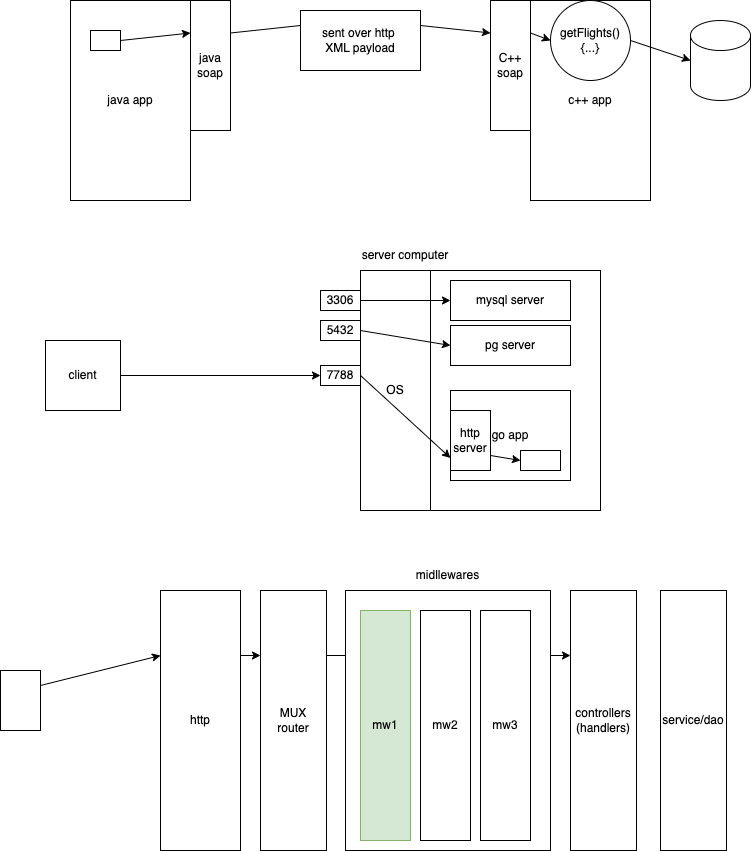
Earlier version of the draw.io export golang/day6/concept.dio.png (vinod-kayartaya/REDBUS-FEB-2024). Source tidied: cells renumbered, new cells last; positions are measured from the earlier drawing's top-left corner, leaving out a move shared by most shapes. The source it was exported from:
```xml
<mxGraphModel>
  <root>
    <mxCell id="0" />
    <mxCell id="1" parent="0" />
    <mxCell id="2" value="java app" style="rounded=0;whiteSpace=wrap;html=1;" parent="1" vertex="1">
      <mxGeometry x="70" width="120" height="200" as="geometry" />
    </mxCell>
    <mxCell id="3" value="c++ app" style="rounded=0;whiteSpace=wrap;html=1;" parent="1" vertex="1">
      <mxGeometry x="530" width="120" height="200" as="geometry" />
    </mxCell>
    <mxCell id="4" style="edgeStyle=none;html=1;exitX=1;exitY=0.5;exitDx=0;exitDy=0;entryX=0;entryY=0.5;entryDx=0;entryDy=0;entryPerimeter=0;" parent="1" edge="1" source="5" target="6">
      <mxGeometry relative="1" as="geometry" />
    </mxCell>
    <mxCell id="5" value="getFlights()&lt;br&gt;{...}" style="ellipse;whiteSpace=wrap;html=1;" parent="1" vertex="1">
      <mxGeometry x="550" width="80" height="80" as="geometry" />
    </mxCell>
    <mxCell id="6" style="shape=cylinder3;whiteSpace=wrap;html=1;boundedLbl=1;backgroundOutline=1;size=15;" parent="1" vertex="1">
      <mxGeometry x="690" y="20" width="60" height="80" as="geometry" />
    </mxCell>
    <mxCell id="7" style="edgeStyle=none;html=1;exitX=1;exitY=0.25;exitDx=0;exitDy=0;entryX=0;entryY=0.25;entryDx=0;entryDy=0;startArrow=none;" parent="1" edge="1" source="14" target="10">
      <mxGeometry relative="1" as="geometry" />
    </mxCell>
    <mxCell id="8" value="java&lt;br&gt;soap" style="rounded=0;whiteSpace=wrap;html=1;" parent="1" vertex="1">
      <mxGeometry x="190" width="40" height="130" as="geometry" />
    </mxCell>
    <mxCell id="9" style="edgeStyle=none;html=1;exitX=1;exitY=0.25;exitDx=0;exitDy=0;entryX=0;entryY=0.5;entryDx=0;entryDy=0;" parent="1" edge="1" source="10" target="5">
      <mxGeometry relative="1" as="geometry" />
    </mxCell>
    <mxCell id="10" value="C++&lt;br&gt;soap" style="rounded=0;whiteSpace=wrap;html=1;" parent="1" vertex="1">
      <mxGeometry x="490" width="40" height="130" as="geometry" />
    </mxCell>
    <mxCell id="11" style="edgeStyle=none;html=1;exitX=1;exitY=0.5;exitDx=0;exitDy=0;entryX=0;entryY=0.25;entryDx=0;entryDy=0;" parent="1" edge="1" source="12" target="8">
      <mxGeometry relative="1" as="geometry" />
    </mxCell>
    <mxCell id="12" style="rounded=0;whiteSpace=wrap;html=1;" parent="1" vertex="1">
      <mxGeometry x="90" y="30" width="30" height="20" as="geometry" />
    </mxCell>
    <mxCell id="13" style="edgeStyle=none;html=1;exitX=1;exitY=0.25;exitDx=0;exitDy=0;entryX=0;entryY=0.25;entryDx=0;entryDy=0;endArrow=none;" parent="1" edge="1" source="8" target="14">
      <mxGeometry relative="1" as="geometry" />
    </mxCell>
    <mxCell id="14" value="sent over http&amp;nbsp;&lt;br&gt;XML payload" style="rounded=0;whiteSpace=wrap;html=1;" parent="1" vertex="1">
      <mxGeometry x="300" y="10" width="120" height="60" as="geometry" />
    </mxCell>
    <mxCell id="15" style="edgeStyle=none;html=1;exitX=1;exitY=0.5;exitDx=0;exitDy=0;entryX=0;entryY=0.5;entryDx=0;entryDy=0;" parent="1" edge="1" source="16" target="25">
      <mxGeometry relative="1" as="geometry" />
    </mxCell>
    <mxCell id="16" value="client" style="rounded=0;whiteSpace=wrap;html=1;" parent="1" vertex="1">
      <mxGeometry x="45" y="340" width="75" height="70" as="geometry" />
    </mxCell>
    <mxCell id="17" style="rounded=0;whiteSpace=wrap;html=1;" parent="1" vertex="1">
      <mxGeometry x="360" y="270" width="240" height="240" as="geometry" />
    </mxCell>
    <mxCell id="18" value="server computer" style="text;html=1;strokeColor=none;fillColor=none;align=center;verticalAlign=middle;whiteSpace=wrap;rounded=0;" parent="1" vertex="1">
      <mxGeometry x="360" y="240" width="90" height="30" as="geometry" />
    </mxCell>
    <mxCell id="19" value="OS" style="rounded=0;whiteSpace=wrap;html=1;" parent="1" vertex="1">
      <mxGeometry x="360" y="270" width="70" height="240" as="geometry" />
    </mxCell>
    <mxCell id="20" style="edgeStyle=none;html=1;exitX=1;exitY=0.5;exitDx=0;exitDy=0;entryX=0;entryY=0.5;entryDx=0;entryDy=0;" parent="1" edge="1" source="21" target="27">
      <mxGeometry relative="1" as="geometry" />
    </mxCell>
    <mxCell id="21" value="3306" style="rounded=0;whiteSpace=wrap;html=1;" parent="1" vertex="1">
      <mxGeometry x="320" y="290" width="40" height="20" as="geometry" />
    </mxCell>
    <mxCell id="22" style="edgeStyle=none;html=1;exitX=1;exitY=0.5;exitDx=0;exitDy=0;entryX=0;entryY=0.5;entryDx=0;entryDy=0;" parent="1" edge="1" source="23" target="28">
      <mxGeometry relative="1" as="geometry" />
    </mxCell>
    <mxCell id="23" value="5432" style="rounded=0;whiteSpace=wrap;html=1;" parent="1" vertex="1">
      <mxGeometry x="320" y="320" width="40" height="20" as="geometry" />
    </mxCell>
    <mxCell id="24" style="edgeStyle=none;html=1;exitX=1;exitY=0.5;exitDx=0;exitDy=0;entryX=0;entryY=0.75;entryDx=0;entryDy=0;" parent="1" edge="1" source="25" target="26">
      <mxGeometry relative="1" as="geometry" />
    </mxCell>
    <mxCell id="25" value="7788" style="rounded=0;whiteSpace=wrap;html=1;" parent="1" vertex="1">
      <mxGeometry x="320" y="365" width="40" height="20" as="geometry" />
    </mxCell>
    <mxCell id="26" value="go app" style="rounded=0;whiteSpace=wrap;html=1;" parent="1" vertex="1">
      <mxGeometry x="450" y="390" width="120" height="90" as="geometry" />
    </mxCell>
    <mxCell id="27" value="mysql server" style="rounded=0;whiteSpace=wrap;html=1;" parent="1" vertex="1">
      <mxGeometry x="450" y="280" width="120" height="40" as="geometry" />
    </mxCell>
    <mxCell id="28" value="pg server" style="rounded=0;whiteSpace=wrap;html=1;" parent="1" vertex="1">
      <mxGeometry x="450" y="325" width="120" height="40" as="geometry" />
    </mxCell>
    <mxCell id="29" style="edgeStyle=none;html=1;exitX=1;exitY=0.75;exitDx=0;exitDy=0;entryX=0;entryY=0.5;entryDx=0;entryDy=0;" parent="1" edge="1" source="30" target="31">
      <mxGeometry relative="1" as="geometry" />
    </mxCell>
    <mxCell id="30" value="http&lt;br&gt;server" style="rounded=0;whiteSpace=wrap;html=1;" parent="1" vertex="1">
      <mxGeometry x="450" y="410" width="40" height="60" as="geometry" />
    </mxCell>
    <mxCell id="31" style="rounded=0;whiteSpace=wrap;html=1;" parent="1" vertex="1">
      <mxGeometry x="520" y="450" width="40" height="20" as="geometry" />
    </mxCell>
    <mxCell id="32" style="edgeStyle=none;html=1;exitX=1;exitY=0.25;exitDx=0;exitDy=0;entryX=0;entryY=0.25;entryDx=0;entryDy=0;" parent="1" edge="1" source="33" target="37">
      <mxGeometry relative="1" as="geometry" />
    </mxCell>
    <mxCell id="33" style="rounded=0;whiteSpace=wrap;html=1;" parent="1" vertex="1">
      <mxGeometry y="670" width="40" height="60" as="geometry" />
    </mxCell>
    <mxCell id="34" style="edgeStyle=none;html=1;exitX=1;exitY=0.25;exitDx=0;exitDy=0;entryX=0;entryY=0.25;entryDx=0;entryDy=0;" parent="1" edge="1" source="35" target="38">
      <mxGeometry relative="1" as="geometry" />
    </mxCell>
    <mxCell id="35" value="MUX&lt;br&gt;router" style="rounded=0;whiteSpace=wrap;html=1;" parent="1" vertex="1">
      <mxGeometry x="260" y="590" width="66" height="260" as="geometry" />
    </mxCell>
    <mxCell id="36" style="edgeStyle=none;html=1;exitX=1;exitY=0.25;exitDx=0;exitDy=0;entryX=0;entryY=0.25;entryDx=0;entryDy=0;" parent="1" edge="1" source="37" target="35">
      <mxGeometry relative="1" as="geometry" />
    </mxCell>
    <mxCell id="37" value="http" style="rounded=0;whiteSpace=wrap;html=1;" parent="1" vertex="1">
      <mxGeometry x="160" y="590" width="80" height="260" as="geometry" />
    </mxCell>
    <mxCell id="38" value="controllers&lt;br&gt;(handlers)" style="rounded=0;whiteSpace=wrap;html=1;" parent="1" vertex="1">
      <mxGeometry x="570" y="590" width="66" height="260" as="geometry" />
    </mxCell>
    <mxCell id="39" value="service/dao" style="rounded=0;whiteSpace=wrap;html=1;" parent="1" vertex="1">
      <mxGeometry x="660" y="590" width="66" height="260" as="geometry" />
    </mxCell>
    <mxCell id="40" style="rounded=0;whiteSpace=wrap;html=1;" parent="1" vertex="1">
      <mxGeometry x="345" y="590" width="205" height="260" as="geometry" />
    </mxCell>
    <mxCell id="41" value="midllewares" style="text;html=1;strokeColor=none;fillColor=none;align=center;verticalAlign=middle;whiteSpace=wrap;rounded=0;" parent="1" vertex="1">
      <mxGeometry x="345" y="560" width="205" height="30" as="geometry" />
    </mxCell>
    <mxCell id="42" value="mw1" style="rounded=0;whiteSpace=wrap;html=1;fillColor=#d5e8d4;strokeColor=#82b366;" parent="1" vertex="1">
      <mxGeometry x="360" y="610" width="50" height="230" as="geometry" />
    </mxCell>
    <mxCell id="43" value="mw2" style="rounded=0;whiteSpace=wrap;html=1;" parent="1" vertex="1">
      <mxGeometry x="420" y="610" width="50" height="230" as="geometry" />
    </mxCell>
    <mxCell id="44" value="mw3" style="rounded=0;whiteSpace=wrap;html=1;" parent="1" vertex="1">
      <mxGeometry x="480" y="610" width="50" height="230" as="geometry" />
    </mxCell>
  </root>
</mxGraphModel>
```
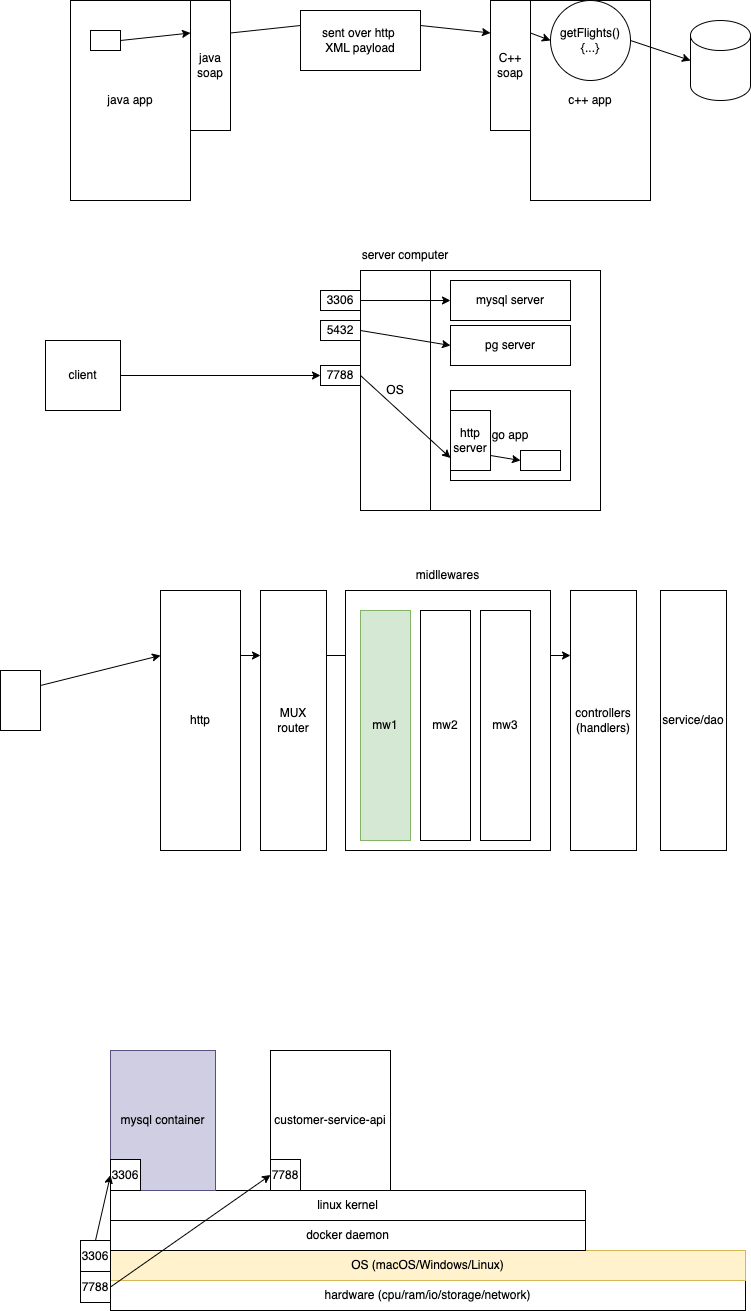
After the commit.

The edit, as a diff of the source:
```diff
@@ -131,5 +131,41 @@
     <mxCell id="44" value="mw3" style="rounded=0;whiteSpace=wrap;html=1;" parent="1" vertex="1">
       <mxGeometry x="480" y="610" width="50" height="230" as="geometry" />
     </mxCell>
+    <mxCell id="45" value="hardware (cpu/ram/io/storage/network)" style="rounded=0;whiteSpace=wrap;html=1;" parent="1" vertex="1">
+      <mxGeometry x="110" y="1280" width="635" height="30" as="geometry" />
+    </mxCell>
+    <mxCell id="46" value="OS (macOS/Windows/Linux)" style="rounded=0;whiteSpace=wrap;html=1;fillColor=#fff2cc;strokeColor=#d6b656;" parent="1" vertex="1">
+      <mxGeometry x="110" y="1250" width="635" height="30" as="geometry" />
+    </mxCell>
+    <mxCell id="47" value="docker daemon" style="rounded=0;whiteSpace=wrap;html=1;" parent="1" vertex="1">
+      <mxGeometry x="110" y="1220" width="475" height="30" as="geometry" />
+    </mxCell>
+    <mxCell id="48" value="linux kernel" style="rounded=0;whiteSpace=wrap;html=1;" parent="1" vertex="1">
+      <mxGeometry x="110" y="1190" width="475" height="30" as="geometry" />
+    </mxCell>
+    <mxCell id="49" value="mysql container" style="rounded=0;whiteSpace=wrap;html=1;fillColor=#d0cee2;strokeColor=#56517e;" parent="1" vertex="1">
+      <mxGeometry x="110" y="1050" width="105" height="140" as="geometry" />
+    </mxCell>
+    <mxCell id="50" value="3306" style="rounded=0;whiteSpace=wrap;html=1;" parent="1" vertex="1">
+      <mxGeometry x="110" y="1159" width="30" height="31" as="geometry" />
+    </mxCell>
+    <mxCell id="51" style="edgeStyle=none;html=1;exitX=0.5;exitY=0;exitDx=0;exitDy=0;entryX=0;entryY=0.5;entryDx=0;entryDy=0;" parent="1" edge="1" source="52" target="50">
+      <mxGeometry relative="1" as="geometry" />
+    </mxCell>
+    <mxCell id="52" value="3306" style="rounded=0;whiteSpace=wrap;html=1;" parent="1" vertex="1">
+      <mxGeometry x="80" y="1240" width="30" height="31" as="geometry" />
+    </mxCell>
+    <mxCell id="53" value="customer-service-api" style="rounded=0;whiteSpace=wrap;html=1;" parent="1" vertex="1">
+      <mxGeometry x="270" y="1050" width="120" height="140" as="geometry" />
+    </mxCell>
+    <mxCell id="54" value="7788" style="rounded=0;whiteSpace=wrap;html=1;" parent="1" vertex="1">
+      <mxGeometry x="270" y="1159" width="30" height="31" as="geometry" />
+    </mxCell>
+    <mxCell id="55" style="edgeStyle=none;html=1;exitX=1;exitY=0.5;exitDx=0;exitDy=0;entryX=0;entryY=0.5;entryDx=0;entryDy=0;" parent="1" edge="1" source="56" target="54">
+      <mxGeometry relative="1" as="geometry" />
+    </mxCell>
+    <mxCell id="56" value="7788" style="rounded=0;whiteSpace=wrap;html=1;" parent="1" vertex="1">
+      <mxGeometry x="80" y="1271" width="30" height="31" as="geometry" />
+    </mxCell>
   </root>
 </mxGraphModel>
```
